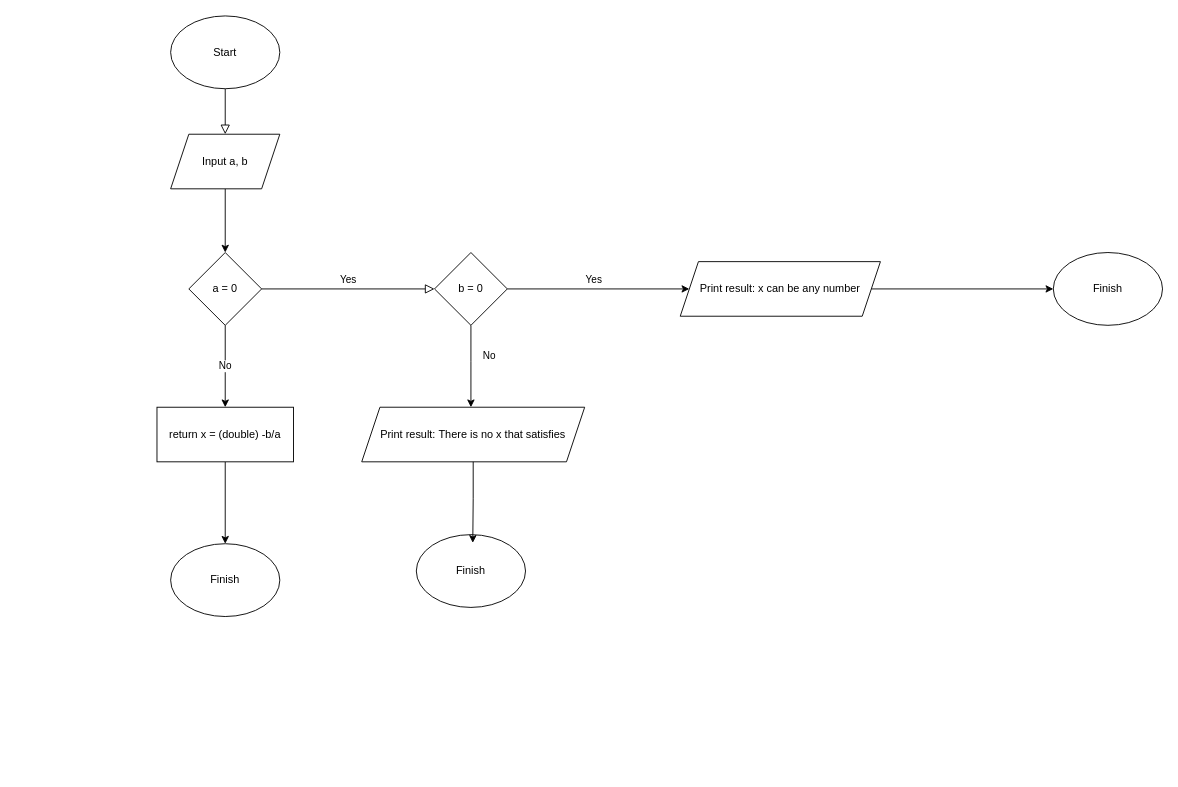
Earlier version of the draw.io diagram 1. C/Lab/Lab 1/Lab 1.2 ax + b = 0 flowchart.drawio (thaituanhiep/iot-course). Source tidied: cells renumbered, new cells numbered last; positions are measured from the earlier drawing's top-left corner, leaving out a move shared by most shapes. Both pictures are drawn from the tidied source at 91%, with x=0, y=0 at pixel (157, 15).
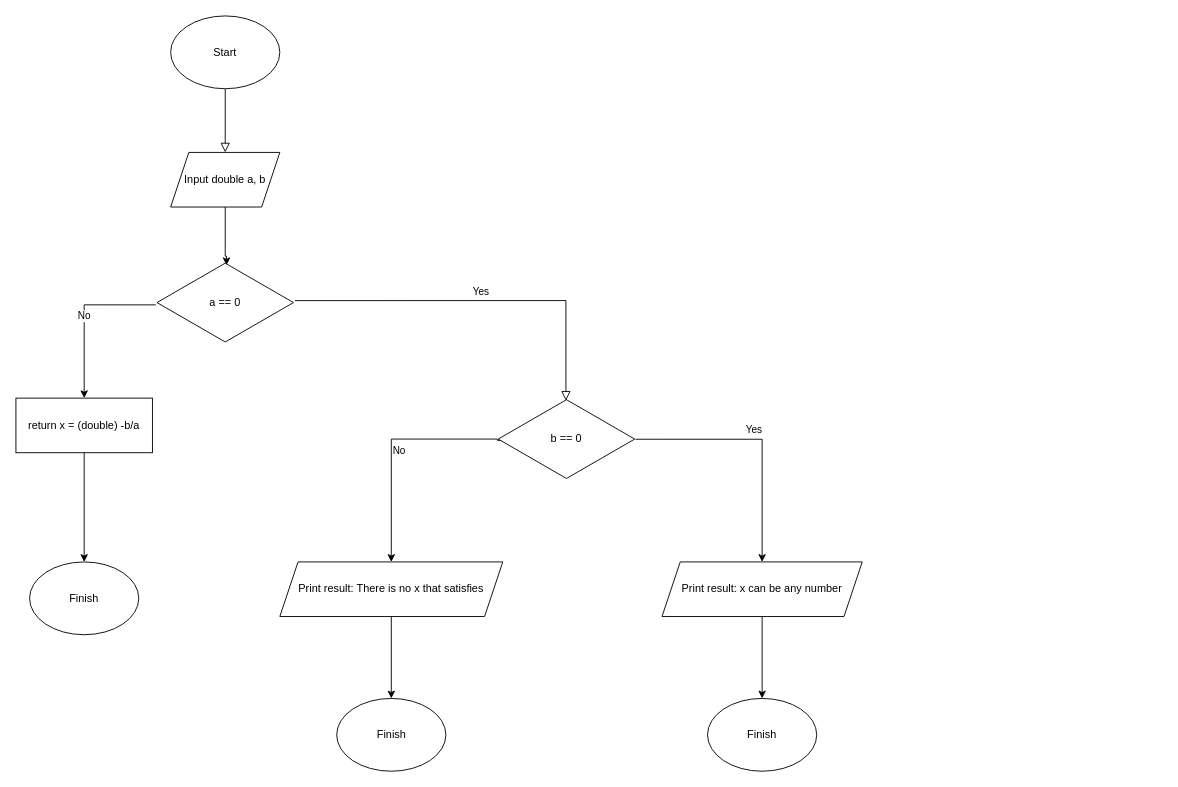
Above is the later version.

Commit message:
Cập nhật Lab 1.2 ax + b = 0 flowchart.drawio

The edit, as a diff of the source:
```diff
@@
-    <mxCell id="4" style="edgeStyle=orthogonalEdgeStyle;rounded=0;jettySize=auto;html=1;" parent="1" edge="1" source="5" target="7">
-      <mxGeometry x="-0.14" y="10" relative="1" as="geometry" />
+    <mxCell id="4" style="edgeStyle=orthogonalEdgeStyle;rounded=0;jettySize=auto;html=1;entryX=0.509;entryY=0.044;entryDx=0;entryDy=0;entryPerimeter=0;" parent="1" edge="1" source="5" target="21">
+      <mxGeometry x="-0.14" y="10" relative="1" as="geometry">
+        <Array as="points">
+          <mxPoint x="75" y="264" />
+        </Array>
+      </mxGeometry>
     </mxCell>
-    <mxCell id="5" value="Input a, b" style="shape=parallelogram;perimeter=parallelogramPerimeter;whiteSpace=wrap;html=1;fixedSize=1;" parent="1" vertex="1">
-      <mxGeometry x="15" y="130" width="120" height="60" as="geometry" />
+    <mxCell id="5" value="Input double a, b" style="shape=parallelogram;perimeter=parallelogramPerimeter;whiteSpace=wrap;html=1;fixedSize=1;" parent="1" vertex="1">
+      <mxGeometry x="15" y="150" width="120" height="60" as="geometry" />
     </mxCell>
-    <mxCell id="6" value="No" style="edgeStyle=orthogonalEdgeStyle;rounded=0;jettySize=auto;html=1;" parent="1" edge="1" source="7" target="16">
+    <mxCell id="6" value="No" style="edgeStyle=orthogonalEdgeStyle;rounded=0;jettySize=auto;html=1;exitX=-0.008;exitY=0.528;exitDx=0;exitDy=0;exitPerimeter=0;" parent="1" edge="1" source="21" target="16">
       <mxGeometry relative="1" as="geometry" />
     </mxCell>
-    <mxCell id="7" value="a = 0" style="rhombus;whiteSpace=wrap;html=1;" parent="1" vertex="1">
-      <mxGeometry x="35" y="260" width="80" height="80" as="geometry" />
-    </mxCell>
-    <mxCell id="8" value="No&lt;div&gt;&lt;br&gt;&lt;/div&gt;" style="edgeStyle=orthogonalEdgeStyle;rounded=0;jettySize=auto;html=1;" parent="1" edge="1" source="10" target="12">
+    <mxCell id="8" value="No&lt;div&gt;&lt;br&gt;&lt;/div&gt;" style="edgeStyle=orthogonalEdgeStyle;rounded=0;jettySize=auto;html=1;entryX=0.5;entryY=0;entryDx=0;entryDy=0;exitX=0.033;exitY=0.515;exitDx=0;exitDy=0;exitPerimeter=0;" parent="1" edge="1" source="22" target="12">
       <mxGeometry x="-0.11" y="20" relative="1" as="geometry">
         <Array as="points">
-          <mxPoint x="345" y="380" />
-          <mxPoint x="345" y="380" />
+          <mxPoint x="374" y="466" />
+          <mxPoint x="374" y="465" />
+          <mxPoint x="257" y="465" />
         </Array>
       </mxGeometry>
     </mxCell>
-    <mxCell id="9" value="Yes" style="edgeStyle=orthogonalEdgeStyle;rounded=0;jettySize=auto;html=1;" parent="1" edge="1" source="10" target="14">
+    <mxCell id="9" value="Yes" style="edgeStyle=orthogonalEdgeStyle;rounded=0;jettySize=auto;html=1;exitX=1.005;exitY=0.502;exitDx=0;exitDy=0;exitPerimeter=0;" parent="1" edge="1" source="22" target="14">
       <mxGeometry x="-0.05" y="10" relative="1" as="geometry" />
     </mxCell>
-    <mxCell id="10" value="b = 0" style="rhombus;whiteSpace=wrap;html=1;" parent="1" vertex="1">
-      <mxGeometry x="305" y="260" width="80" height="80" as="geometry" />
-    </mxCell>
-    <mxCell id="11" value="Yes" style="edgeStyle=orthogonalEdgeStyle;rounded=0;html=1;jettySize=auto;fontSize=11;endArrow=block;endFill=0;endSize=8;strokeWidth=1;shadow=0;labelBackgroundColor=none;exitX=1;exitY=0.5;exitDx=0;exitDy=0;" parent="1" edge="1" source="7" target="10">
+    <mxCell id="11" value="Yes" style="edgeStyle=orthogonalEdgeStyle;rounded=0;html=1;jettySize=auto;fontSize=11;endArrow=block;endFill=0;endSize=8;strokeWidth=1;shadow=0;labelBackgroundColor=none;exitX=1.011;exitY=0.476;exitDx=0;exitDy=0;exitPerimeter=0;entryX=0.496;entryY=0.031;entryDx=0;entryDy=0;entryPerimeter=0;" parent="1" edge="1" source="21" target="22">
       <mxGeometry y="10" relative="1" as="geometry" />
     </mxCell>
+    <mxCell id="20" style="edgeStyle=orthogonalEdgeStyle;rounded=0;jettySize=auto;html=1;entryX=0.5;entryY=0;entryDx=0;entryDy=0;" parent="1" edge="1" source="12" target="18">
+      <mxGeometry relative="1" as="geometry" />
+    </mxCell>
     <mxCell id="12" value="Print result:&amp;nbsp;There is no x that satisfies" style="shape=parallelogram;perimeter=parallelogramPerimeter;whiteSpace=wrap;html=1;fixedSize=1;" parent="1" vertex="1">
-      <mxGeometry x="225" y="430" width="245" height="60" as="geometry" />
+      <mxGeometry x="135" y="600" width="245" height="60" as="geometry" />
     </mxCell>
@@
     <mxCell id="14" value="Print result:&amp;nbsp;x can be any number" style="shape=parallelogram;perimeter=parallelogramPerimeter;whiteSpace=wrap;html=1;fixedSize=1;" parent="1" vertex="1">
-      <mxGeometry x="575" y="270" width="220" height="60" as="geometry" />
+      <mxGeometry x="555" y="600" width="220" height="60" as="geometry" />
     </mxCell>
@@
     <mxCell id="16" value="return x = (double) -b/a" style="whiteSpace=wrap;html=1;" parent="1" vertex="1">
-      <mxGeometry y="430" width="150" height="60" as="geometry" />
+      <mxGeometry x="-155" y="420" width="150" height="60" as="geometry" />
     </mxCell>
     <mxCell id="17" value="Finish" style="ellipse;whiteSpace=wrap;html=1;" parent="1" vertex="1">
-      <mxGeometry x="15" y="580" width="120" height="80" as="geometry" />
+      <mxGeometry x="-140" y="600" width="120" height="80" as="geometry" />
     </mxCell>
     <mxCell id="18" value="Finish" style="ellipse;whiteSpace=wrap;html=1;" parent="1" vertex="1">
-      <mxGeometry x="285" y="570" width="120" height="80" as="geometry" />
+      <mxGeometry x="197.5" y="750" width="120" height="80" as="geometry" />
     </mxCell>
     <mxCell id="19" value="Finish" style="ellipse;whiteSpace=wrap;html=1;" parent="1" vertex="1">
-      <mxGeometry x="985" y="260" width="120" height="80" as="geometry" />
+      <mxGeometry x="605" y="750" width="120" height="80" as="geometry" />
     </mxCell>
-    <mxCell id="20" style="edgeStyle=orthogonalEdgeStyle;rounded=0;jettySize=auto;html=1;entryX=0.517;entryY=0.113;entryDx=0;entryDy=0;entryPerimeter=0;" parent="1" edge="1" source="12" target="18">
-      <mxGeometry relative="1" as="geometry" />
-    </mxCell>
+    <mxCell id="21" value="a == 0" style="html=1;whiteSpace=wrap;shape=isoRectangle;" parent="1" vertex="1">
+      <mxGeometry y="270" width="150" height="90" as="geometry" />
+    </mxCell>
+    <mxCell id="22" value="b == 0" style="html=1;whiteSpace=wrap;shape=isoRectangle;" parent="1" vertex="1">
+      <mxGeometry x="375" y="420" width="150" height="90" as="geometry" />
+    </mxCell>
```
